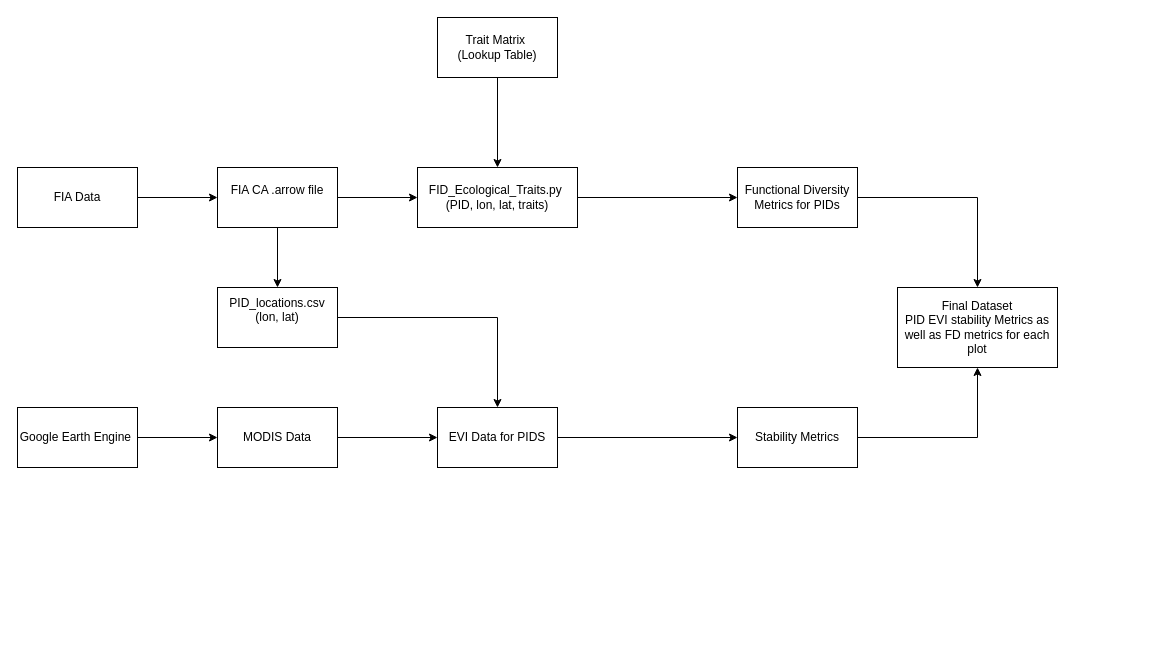
This is visualisations/DataFlow.drawio from qiulinlx/FD_Stability, a draw.io file, before an edit. Source tidied: cells renumbered, new cells numbered last; positions are measured from the earlier drawing's top-left corner, leaving out a move shared by most shapes. Both pictures are drawn from the tidied source at 100%, with x=0, y=0 at pixel (17, 17).
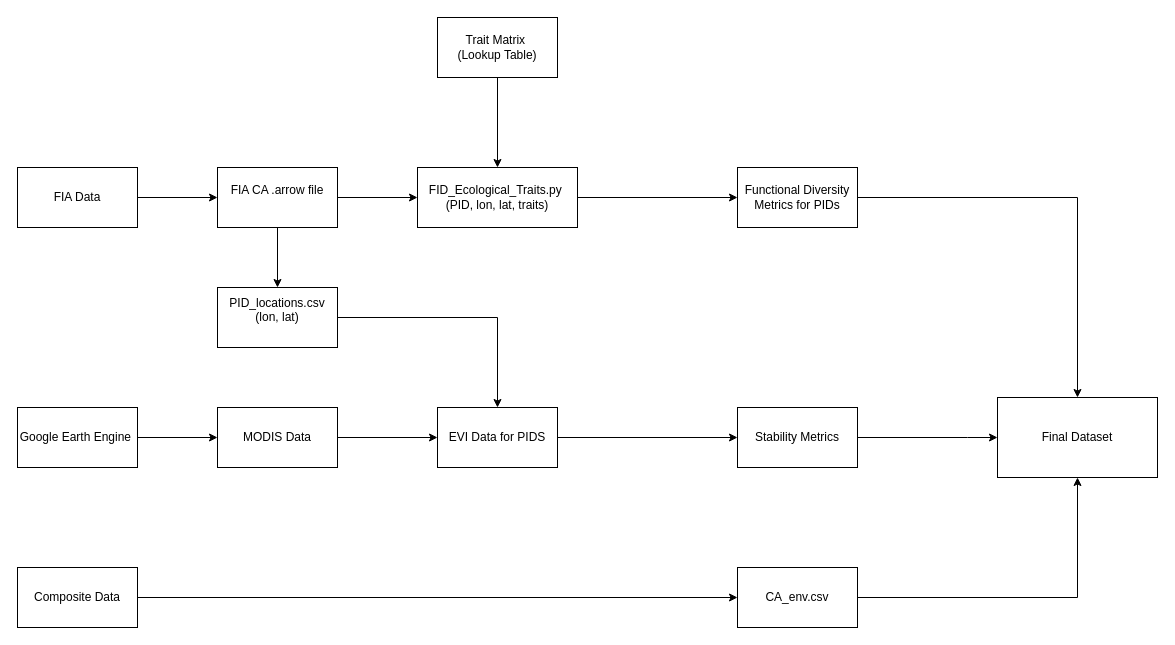
The same diagram, later.

Unchanged cells that the change refers to:
```xml
<mxCell id="21" value="Stability Metrics" style="whiteSpace=wrap;html=1;rounded=0;" parent="1" vertex="1">
  <mxGeometry x="720" y="390" width="120" height="60" as="geometry" />
</mxCell>
```

The edit, as a diff of the source:
```diff
@@
-    <mxCell id="20" style="edgeStyle=orthogonalEdgeStyle;rounded=0;jettySize=auto;html=1;entryX=0.5;entryY=1;entryDx=0;entryDy=0;" parent="1" edge="1" source="21" target="24">
-      <mxGeometry relative="1" as="geometry" />
+    <mxCell id="20" style="edgeStyle=orthogonalEdgeStyle;rounded=0;jettySize=auto;html=1;entryX=0;entryY=0.5;entryDx=0;entryDy=0;" parent="1" edge="1" source="21" target="24">
+      <mxGeometry relative="1" as="geometry">
+        <Array as="points">
+          <mxPoint x="950" y="420" />
+          <mxPoint x="950" y="420" />
+        </Array>
+      </mxGeometry>
     </mxCell>
@@
-    <mxCell id="24" value="&lt;div&gt;Final Dataset&lt;/div&gt;&lt;div&gt;PID EVI stability Metrics as well as FD metrics for each plot&lt;/div&gt;" style="whiteSpace=wrap;html=1;rounded=0;" parent="1" vertex="1">
-      <mxGeometry x="880" y="270" width="160" height="80" as="geometry" />
+    <mxCell id="24" value="&lt;div&gt;Final Dataset&lt;/div&gt;" style="whiteSpace=wrap;html=1;rounded=0;" parent="1" vertex="1">
+      <mxGeometry x="980" y="380" width="160" height="80" as="geometry" />
     </mxCell>
+    <mxCell id="25" style="edgeStyle=orthogonalEdgeStyle;rounded=0;jettySize=auto;html=1;" parent="1" edge="1" source="26" target="28">
+      <mxGeometry relative="1" as="geometry" />
+    </mxCell>
+    <mxCell id="26" value="&lt;div&gt;Composite Data&lt;/div&gt;" style="rounded=0;whiteSpace=wrap;html=1;" parent="1" vertex="1">
+      <mxGeometry y="550" width="120" height="60" as="geometry" />
+    </mxCell>
+    <mxCell id="27" style="edgeStyle=orthogonalEdgeStyle;rounded=0;jettySize=auto;html=1;" parent="1" edge="1" source="28" target="24">
+      <mxGeometry relative="1" as="geometry" />
+    </mxCell>
+    <mxCell id="28" value="CA_env.csv" style="whiteSpace=wrap;html=1;rounded=0;" parent="1" vertex="1">
+      <mxGeometry x="720" y="550" width="120" height="60" as="geometry" />
+    </mxCell>
```
